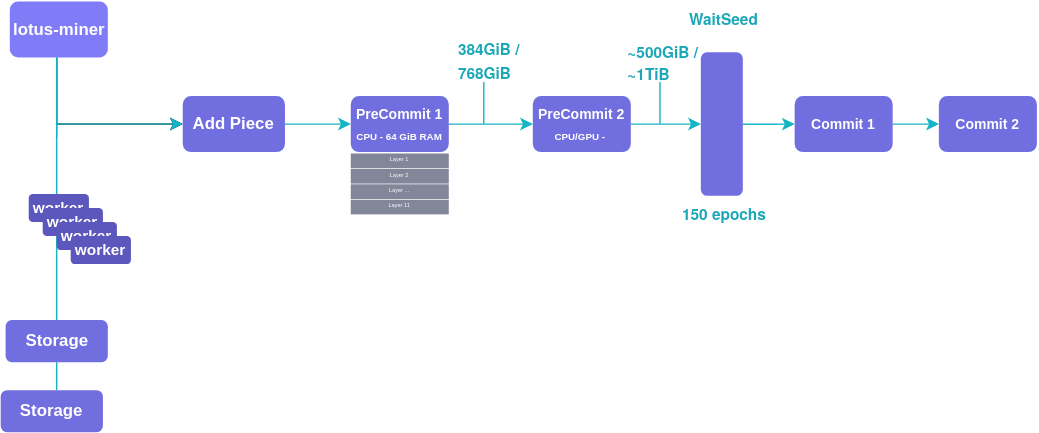
Earlier version of the draw.io export High-Level-SP-Diagram.svg (rjan90/Diagram). Source tidied: cells renumbered, new cells last; positions are measured from the earlier drawing's top-left corner, leaving out a move shared by most shapes. Its diagram source:
```xml
<mxGraphModel>
  <root>
    <mxCell id="0" />
    <mxCell id="1" parent="0" />
    <mxCell id="2" style="edgeStyle=orthogonalEdgeStyle;rounded=0;jettySize=auto;html=1;fontSize=11;fontColor=#FFFFFF;endArrow=none;endFill=0;strokeColor=#16B4C4;" parent="1" edge="1" source="6" target="26">
      <mxGeometry relative="1" as="geometry">
        <Array as="points">
          <mxPoint x="40" y="188" />
          <mxPoint x="40" y="188" />
        </Array>
      </mxGeometry>
    </mxCell>
    <mxCell id="3" style="edgeStyle=orthogonalEdgeStyle;rounded=0;jettySize=auto;html=1;" parent="1" edge="1" source="28" target="10">
      <mxGeometry relative="1" as="geometry">
        <Array as="points">
          <mxPoint x="40" y="88" />
        </Array>
      </mxGeometry>
    </mxCell>
    <mxCell id="4" style="edgeStyle=orthogonalEdgeStyle;rounded=0;jettySize=auto;html=1;strokeColor=#16B4C4;" parent="1" edge="1" source="5" target="10">
      <mxGeometry relative="1" as="geometry">
        <Array as="points">
          <mxPoint x="40" y="88" />
        </Array>
      </mxGeometry>
    </mxCell>
    <mxCell id="5" value="&lt;b style=&quot;font-size: 11px;&quot;&gt;&lt;font style=&quot;font-size: 11px;&quot; color=&quot;#ffffff&quot;&gt;worker&lt;/font&gt;&lt;/b&gt;" style="text;html=1;strokeColor=none;fillColor=#5C57BC;align=center;verticalAlign=middle;whiteSpace=wrap;rounded=1;fontSize=11;" parent="1" vertex="1">
      <mxGeometry x="20" y="138" width="43" height="20" as="geometry" />
    </mxCell>
    <mxCell id="6" value="&lt;b style=&quot;font-size: 11px;&quot;&gt;&lt;font style=&quot;font-size: 11px;&quot; color=&quot;#ffffff&quot;&gt;worker&lt;/font&gt;&lt;/b&gt;" style="text;html=1;strokeColor=none;fillColor=#5C57BC;align=center;verticalAlign=middle;whiteSpace=wrap;rounded=1;fontSize=11;" parent="1" vertex="1">
      <mxGeometry x="30" y="148" width="43" height="20" as="geometry" />
    </mxCell>
    <mxCell id="7" value="&lt;b style=&quot;font-size: 11px;&quot;&gt;&lt;font style=&quot;font-size: 11px;&quot; color=&quot;#ffffff&quot;&gt;worker&lt;/font&gt;&lt;/b&gt;" style="text;html=1;strokeColor=none;fillColor=#5C57BC;align=center;verticalAlign=middle;whiteSpace=wrap;rounded=1;fontSize=11;" parent="1" vertex="1">
      <mxGeometry x="40" y="158" width="43" height="20" as="geometry" />
    </mxCell>
    <mxCell id="8" value="&lt;b style=&quot;font-size: 11px;&quot;&gt;&lt;font style=&quot;font-size: 11px;&quot; color=&quot;#ffffff&quot;&gt;worker&lt;/font&gt;&lt;/b&gt;" style="text;html=1;strokeColor=none;fillColor=#5C57BC;align=center;verticalAlign=middle;whiteSpace=wrap;rounded=1;fontSize=11;" parent="1" vertex="1">
      <mxGeometry x="50" y="168" width="43" height="20" as="geometry" />
    </mxCell>
    <mxCell id="9" style="edgeStyle=orthogonalEdgeStyle;rounded=0;jettySize=auto;html=1;fontSize=11;fontColor=#FFFFFF;endArrow=classic;endFill=1;strokeColor=#16B4C4;entryX=0;entryY=0.5;entryDx=0;entryDy=0;" parent="1" edge="1" source="10" target="12">
      <mxGeometry relative="1" as="geometry" />
    </mxCell>
    <mxCell id="10" value="&lt;b&gt;&lt;font color=&quot;#ffffff&quot;&gt;Add Piece&lt;/font&gt;&lt;/b&gt;" style="text;html=1;strokeColor=none;fillColor=#716EE0;align=center;verticalAlign=middle;whiteSpace=wrap;rounded=1;" parent="1" vertex="1">
      <mxGeometry x="130" y="68" width="73" height="40" as="geometry" />
    </mxCell>
    <mxCell id="11" style="edgeStyle=orthogonalEdgeStyle;rounded=0;jettySize=auto;html=1;fontSize=11;fontColor=#FFFFFF;endArrow=classic;endFill=1;strokeColor=#16B4C4;" parent="1" edge="1" source="12" target="18">
      <mxGeometry relative="1" as="geometry" />
    </mxCell>
    <mxCell id="12" value="&lt;b&gt;&lt;font style=&quot;&quot; color=&quot;#ffffff&quot;&gt;&lt;span style=&quot;font-size: 10px;&quot;&gt;PreCommit 1&lt;/span&gt;&lt;br&gt;&lt;font style=&quot;font-size: 7px;&quot;&gt;CPU - 64 GiB RAM&lt;/font&gt;&lt;br&gt;&lt;/font&gt;&lt;/b&gt;" style="text;html=1;strokeColor=none;fillColor=#716EE0;align=center;verticalAlign=middle;whiteSpace=wrap;rounded=1;" parent="1" vertex="1">
      <mxGeometry x="250" y="68" width="70" height="40" as="geometry" />
    </mxCell>
    <mxCell id="13" value="Layer 1" style="text;strokeColor=none;fillColor=#818798;align=center;verticalAlign=middle;rounded=0;labelPosition=center;verticalLabelPosition=middle;whiteSpace=wrap;fontSize=4;fontColor=#FFFFFF;" parent="1" vertex="1">
      <mxGeometry x="250" y="109" width="70" height="10.5" as="geometry" />
    </mxCell>
    <mxCell id="14" value="Layer 2" style="text;strokeColor=none;fillColor=#818798;align=center;verticalAlign=middle;rounded=0;labelPosition=center;verticalLabelPosition=middle;whiteSpace=wrap;fontSize=4;fontColor=#FFFFFF;" parent="1" vertex="1">
      <mxGeometry x="250" y="120" width="70" height="10.5" as="geometry" />
    </mxCell>
    <mxCell id="15" value="Layer ..." style="text;strokeColor=none;fillColor=#818798;align=center;verticalAlign=middle;rounded=0;labelPosition=center;verticalLabelPosition=middle;whiteSpace=wrap;fontSize=4;fontColor=#FFFFFF;" parent="1" vertex="1">
      <mxGeometry x="250" y="131" width="70" height="10.5" as="geometry" />
    </mxCell>
    <mxCell id="16" value="Layer 11" style="text;strokeColor=none;fillColor=#818798;align=center;verticalAlign=middle;rounded=0;labelPosition=center;verticalLabelPosition=middle;whiteSpace=wrap;fontSize=4;fontColor=#FFFFFF;" parent="1" vertex="1">
      <mxGeometry x="250" y="142" width="70" height="10.5" as="geometry" />
    </mxCell>
    <mxCell id="17" style="edgeStyle=orthogonalEdgeStyle;rounded=0;jettySize=auto;html=1;fontSize=11;fontColor=#FFFFFF;endArrow=classic;endFill=1;strokeColor=#16B4C4;entryX=0;entryY=0.5;entryDx=0;entryDy=0;" parent="1" edge="1" source="18" target="20">
      <mxGeometry relative="1" as="geometry" />
    </mxCell>
    <mxCell id="18" value="&lt;b&gt;&lt;font style=&quot;&quot; color=&quot;#ffffff&quot;&gt;&lt;span style=&quot;font-size: 10px;&quot;&gt;PreCommit 2&lt;/span&gt;&lt;br&gt;&lt;font style=&quot;font-size: 7px;&quot;&gt;CPU/GPU -&amp;nbsp;&lt;/font&gt;&lt;br&gt;&lt;/font&gt;&lt;/b&gt;" style="text;html=1;strokeColor=none;fillColor=#716EE0;align=center;verticalAlign=middle;whiteSpace=wrap;rounded=1;" parent="1" vertex="1">
      <mxGeometry x="380" y="68" width="70" height="40" as="geometry" />
    </mxCell>
    <mxCell id="19" style="edgeStyle=orthogonalEdgeStyle;rounded=0;jettySize=auto;html=1;fontSize=11;fontColor=#FFFFFF;endArrow=classic;endFill=1;strokeColor=#16B4C4;" parent="1" edge="1" source="20" target="22">
      <mxGeometry relative="1" as="geometry" />
    </mxCell>
    <mxCell id="20" style="text;html=1;strokeColor=none;fillColor=#716EE0;align=center;verticalAlign=middle;whiteSpace=wrap;rounded=1;" parent="1" vertex="1">
      <mxGeometry x="500" y="36.8" width="30" height="102.5" as="geometry" />
    </mxCell>
    <mxCell id="21" style="edgeStyle=orthogonalEdgeStyle;rounded=0;jettySize=auto;html=1;fontSize=11;fontColor=#FFFFFF;endArrow=classic;endFill=1;strokeColor=#16B4C4;" parent="1" edge="1" source="22" target="23">
      <mxGeometry relative="1" as="geometry" />
    </mxCell>
    <mxCell id="22" value="&lt;b&gt;&lt;font style=&quot;font-size: 10px;&quot; color=&quot;#ffffff&quot;&gt;Commit 1&lt;/font&gt;&lt;/b&gt;" style="text;html=1;strokeColor=none;fillColor=#716EE0;align=center;verticalAlign=middle;whiteSpace=wrap;rounded=1;" parent="1" vertex="1">
      <mxGeometry x="567" y="68" width="70" height="40" as="geometry" />
    </mxCell>
    <mxCell id="23" value="&lt;b&gt;&lt;font style=&quot;font-size: 10px;&quot; color=&quot;#ffffff&quot;&gt;Commit 2&lt;/font&gt;&lt;/b&gt;" style="text;html=1;strokeColor=none;fillColor=#716EE0;align=center;verticalAlign=middle;whiteSpace=wrap;rounded=1;" parent="1" vertex="1">
      <mxGeometry x="670" y="68" width="70" height="40" as="geometry" />
    </mxCell>
    <mxCell id="24" style="edgeStyle=orthogonalEdgeStyle;rounded=0;jettySize=auto;html=1;fontSize=11;fontColor=#FFFFFF;endArrow=none;endFill=0;strokeColor=#16B4C4;" parent="1" edge="1" source="26" target="27">
      <mxGeometry relative="1" as="geometry">
        <Array as="points">
          <mxPoint x="40" y="268" />
          <mxPoint x="40" y="268" />
        </Array>
      </mxGeometry>
    </mxCell>
    <mxCell id="25" style="edgeStyle=orthogonalEdgeStyle;rounded=0;jettySize=auto;html=1;fontSize=11;fontColor=#FFFFFF;endArrow=none;endFill=0;startArrow=none;strokeColor=#16B4C4;" parent="1" edge="1" source="28">
      <mxGeometry relative="1" as="geometry">
        <mxPoint x="40" y="98" as="targetPoint" />
        <Array as="points">
          <mxPoint x="40" y="38" />
          <mxPoint x="40" y="38" />
        </Array>
      </mxGeometry>
    </mxCell>
    <mxCell id="26" value="&lt;b&gt;&lt;font color=&quot;#ffffff&quot;&gt;Storage&lt;br&gt;&lt;/font&gt;&lt;/b&gt;" style="text;html=1;strokeColor=none;fillColor=#716EE0;align=center;verticalAlign=middle;whiteSpace=wrap;rounded=1;" parent="1" vertex="1">
      <mxGeometry x="3.5" y="228" width="73" height="30" as="geometry" />
    </mxCell>
    <mxCell id="27" value="&lt;b&gt;&lt;font color=&quot;#ffffff&quot;&gt;Storage&lt;br&gt;&lt;/font&gt;&lt;/b&gt;" style="text;html=1;strokeColor=none;fillColor=#716EE0;align=center;verticalAlign=middle;whiteSpace=wrap;rounded=1;" parent="1" vertex="1">
      <mxGeometry y="278" width="73" height="30" as="geometry" />
    </mxCell>
    <mxCell id="28" value="&lt;b&gt;&lt;font color=&quot;#ffffff&quot;&gt;lotus-miner&lt;/font&gt;&lt;/b&gt;" style="text;html=1;strokeColor=none;fillColor=#807CF7;align=center;verticalAlign=middle;whiteSpace=wrap;rounded=1;" parent="1" vertex="1">
      <mxGeometry x="6.5" y="0.5" width="70" height="40" as="geometry" />
    </mxCell>
    <mxCell id="29" style="edgeStyle=none;rounded=0;jettySize=auto;html=1;fontSize=11;fontColor=#818798;endArrow=none;endFill=0;strokeColor=#16B4C4;" parent="1" edge="1" source="30">
      <mxGeometry relative="1" as="geometry">
        <mxPoint x="345" y="88" as="targetPoint" />
      </mxGeometry>
    </mxCell>
    <mxCell id="30" value="&lt;b style=&quot;color: rgb(27, 167, 183); font-family: &amp;quot;Helvetica Neue&amp;quot;; background-color: initial;&quot;&gt;384GiB /&lt;/b&gt;&lt;br&gt;&lt;p style=&quot;margin: 0px; font-variant-numeric: normal; font-variant-east-asian: normal; font-stretch: normal; line-height: normal; font-family: &amp;quot;Helvetica Neue&amp;quot;; color: rgb(27, 167, 183);&quot; class=&quot;p1&quot;&gt;&lt;b style=&quot;&quot;&gt;&lt;font style=&quot;font-size: 11px;&quot;&gt;768GiB&lt;/font&gt;&lt;/b&gt;&lt;/p&gt;" style="text;html=1;strokeColor=none;fillColor=none;align=left;verticalAlign=middle;whiteSpace=wrap;rounded=0;glass=0;fontSize=11;fontColor=#FFFFFF;spacingLeft=10;" parent="1" vertex="1">
      <mxGeometry x="315" y="28" width="60" height="30" as="geometry" />
    </mxCell>
    <mxCell id="31" value="&lt;p style=&quot;margin: 0px; font-variant-numeric: normal; font-variant-east-asian: normal; font-stretch: normal; line-height: normal; font-family: &amp;quot;Helvetica Neue&amp;quot;; color: rgb(27, 167, 183);&quot; class=&quot;p1&quot;&gt;&lt;b&gt;~500GiB /&lt;/b&gt;&lt;/p&gt;&lt;p style=&quot;margin: 0px; font-variant-numeric: normal; font-variant-east-asian: normal; font-stretch: normal; line-height: normal; font-family: &amp;quot;Helvetica Neue&amp;quot;; color: rgb(27, 167, 183);&quot; class=&quot;p1&quot;&gt;&lt;b&gt;~1TiB&lt;/b&gt;&lt;/p&gt;" style="text;html=1;strokeColor=none;fillColor=none;align=left;verticalAlign=middle;whiteSpace=wrap;rounded=0;glass=0;fontSize=11;fontColor=#FFFFFF;spacingLeft=10;" parent="1" vertex="1">
      <mxGeometry x="436" y="31" width="70" height="23.8" as="geometry" />
    </mxCell>
    <mxCell id="32" style="edgeStyle=none;rounded=0;orthogonalLoop=1;jettySize=auto;html=1;fontSize=11;fontColor=#818798;endArrow=none;endFill=0;strokeColor=#16B4C4;" parent="1" edge="1">
      <mxGeometry relative="1" as="geometry">
        <mxPoint x="470.8" y="58" as="sourcePoint" />
        <mxPoint x="470.8" y="88" as="targetPoint" />
      </mxGeometry>
    </mxCell>
    <mxCell id="33" value="&lt;p style=&quot;margin: 0px; font-variant-numeric: normal; font-variant-east-asian: normal; font-stretch: normal; line-height: normal; font-family: &amp;quot;Helvetica Neue&amp;quot;; color: rgb(27, 167, 183);&quot; class=&quot;p1&quot;&gt;&lt;b&gt;WaitSeed&lt;/b&gt;&lt;/p&gt;" style="text;html=1;strokeColor=none;fillColor=none;align=left;verticalAlign=middle;whiteSpace=wrap;rounded=0;glass=0;fontSize=11;fontColor=#FFFFFF;spacingLeft=10;" parent="1" vertex="1">
      <mxGeometry x="480" y="0.5" width="70" height="23.8" as="geometry" />
    </mxCell>
    <mxCell id="34" value="&lt;p style=&quot;margin: 0px; font-variant-numeric: normal; font-variant-east-asian: normal; font-stretch: normal; line-height: normal; font-family: &amp;quot;Helvetica Neue&amp;quot;; color: rgb(27, 167, 183);&quot; class=&quot;p1&quot;&gt;&lt;b&gt;150 epochs&lt;/b&gt;&lt;/p&gt;" style="text;html=1;strokeColor=none;fillColor=none;align=left;verticalAlign=middle;whiteSpace=wrap;rounded=0;glass=0;fontSize=11;fontColor=#FFFFFF;spacingLeft=10;" parent="1" vertex="1">
      <mxGeometry x="475" y="139.2" width="80" height="23.8" as="geometry" />
    </mxCell>
  </root>
</mxGraphModel>
```
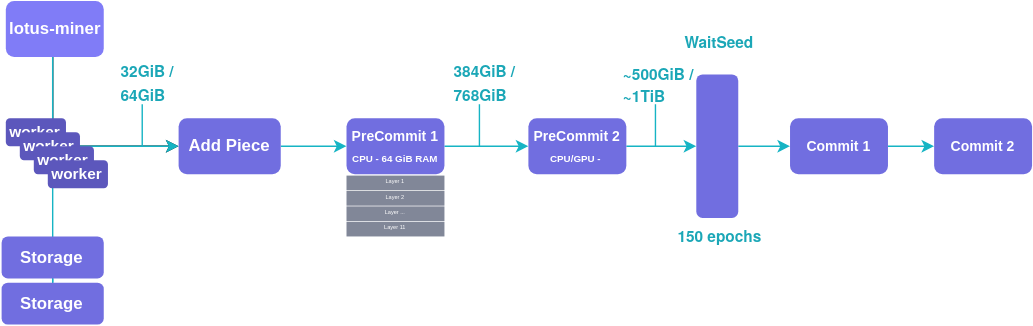
Later version of the same file.

Commit message:
Shuffling some stuff around

What changed in the source:
```diff
@@ -20,22 +20,11 @@
     <mxCell id="4" style="edgeStyle=orthogonalEdgeStyle;rounded=0;jettySize=auto;html=1;strokeColor=#16B4C4;" parent="1" edge="1" source="5" target="10">
       <mxGeometry relative="1" as="geometry">
         <Array as="points">
-          <mxPoint x="40" y="88" />
+          <mxPoint x="100" y="88" />
+          <mxPoint x="100" y="88" />
         </Array>
       </mxGeometry>
     </mxCell>
-    <mxCell id="5" value="&lt;b style=&quot;font-size: 11px;&quot;&gt;&lt;font style=&quot;font-size: 11px;&quot; color=&quot;#ffffff&quot;&gt;worker&lt;/font&gt;&lt;/b&gt;" style="text;html=1;strokeColor=none;fillColor=#5C57BC;align=center;verticalAlign=middle;whiteSpace=wrap;rounded=1;fontSize=11;" parent="1" vertex="1">
-      <mxGeometry x="20" y="138" width="43" height="20" as="geometry" />
-    </mxCell>
-    <mxCell id="6" value="&lt;b style=&quot;font-size: 11px;&quot;&gt;&lt;font style=&quot;font-size: 11px;&quot; color=&quot;#ffffff&quot;&gt;worker&lt;/font&gt;&lt;/b&gt;" style="text;html=1;strokeColor=none;fillColor=#5C57BC;align=center;verticalAlign=middle;whiteSpace=wrap;rounded=1;fontSize=11;" parent="1" vertex="1">
-      <mxGeometry x="30" y="148" width="43" height="20" as="geometry" />
-    </mxCell>
-    <mxCell id="7" value="&lt;b style=&quot;font-size: 11px;&quot;&gt;&lt;font style=&quot;font-size: 11px;&quot; color=&quot;#ffffff&quot;&gt;worker&lt;/font&gt;&lt;/b&gt;" style="text;html=1;strokeColor=none;fillColor=#5C57BC;align=center;verticalAlign=middle;whiteSpace=wrap;rounded=1;fontSize=11;" parent="1" vertex="1">
-      <mxGeometry x="40" y="158" width="43" height="20" as="geometry" />
-    </mxCell>
-    <mxCell id="8" value="&lt;b style=&quot;font-size: 11px;&quot;&gt;&lt;font style=&quot;font-size: 11px;&quot; color=&quot;#ffffff&quot;&gt;worker&lt;/font&gt;&lt;/b&gt;" style="text;html=1;strokeColor=none;fillColor=#5C57BC;align=center;verticalAlign=middle;whiteSpace=wrap;rounded=1;fontSize=11;" parent="1" vertex="1">
-      <mxGeometry x="50" y="168" width="43" height="20" as="geometry" />
-    </mxCell>
     <mxCell id="9" style="edgeStyle=orthogonalEdgeStyle;rounded=0;jettySize=auto;html=1;fontSize=11;fontColor=#FFFFFF;endArrow=classic;endFill=1;strokeColor=#16B4C4;entryX=0;entryY=0.5;entryDx=0;entryDy=0;" parent="1" edge="1" source="10" target="12">
       <mxGeometry relative="1" as="geometry" />
     </mxCell>
@@ -84,8 +73,8 @@
     <mxCell id="24" style="edgeStyle=orthogonalEdgeStyle;rounded=0;jettySize=auto;html=1;fontSize=11;fontColor=#FFFFFF;endArrow=none;endFill=0;strokeColor=#16B4C4;" parent="1" edge="1" source="26" target="27">
       <mxGeometry relative="1" as="geometry">
         <Array as="points">
-          <mxPoint x="40" y="268" />
-          <mxPoint x="40" y="268" />
+          <mxPoint x="40" y="192.5" />
+          <mxPoint x="40" y="192.5" />
         </Array>
       </mxGeometry>
     </mxCell>
@@ -99,13 +88,13 @@
       </mxGeometry>
     </mxCell>
     <mxCell id="26" value="&lt;b&gt;&lt;font color=&quot;#ffffff&quot;&gt;Storage&lt;br&gt;&lt;/font&gt;&lt;/b&gt;" style="text;html=1;strokeColor=none;fillColor=#716EE0;align=center;verticalAlign=middle;whiteSpace=wrap;rounded=1;" parent="1" vertex="1">
-      <mxGeometry x="3.5" y="228" width="73" height="30" as="geometry" />
+      <mxGeometry x="3.5" y="152.5" width="73" height="30" as="geometry" />
     </mxCell>
     <mxCell id="27" value="&lt;b&gt;&lt;font color=&quot;#ffffff&quot;&gt;Storage&lt;br&gt;&lt;/font&gt;&lt;/b&gt;" style="text;html=1;strokeColor=none;fillColor=#716EE0;align=center;verticalAlign=middle;whiteSpace=wrap;rounded=1;" parent="1" vertex="1">
-      <mxGeometry y="278" width="73" height="30" as="geometry" />
+      <mxGeometry x="3.5" y="185.5" width="73" height="30" as="geometry" />
     </mxCell>
     <mxCell id="28" value="&lt;b&gt;&lt;font color=&quot;#ffffff&quot;&gt;lotus-miner&lt;/font&gt;&lt;/b&gt;" style="text;html=1;strokeColor=none;fillColor=#807CF7;align=center;verticalAlign=middle;whiteSpace=wrap;rounded=1;" parent="1" vertex="1">
-      <mxGeometry x="6.5" y="0.5" width="70" height="40" as="geometry" />
+      <mxGeometry x="6.5" y="-15.8" width="70" height="40" as="geometry" />
     </mxCell>
     <mxCell id="29" style="edgeStyle=none;rounded=0;jettySize=auto;html=1;fontSize=11;fontColor=#818798;endArrow=none;endFill=0;strokeColor=#16B4C4;" parent="1" edge="1" source="30">
       <mxGeometry relative="1" as="geometry">
@@ -130,5 +119,26 @@
     <mxCell id="34" value="&lt;p style=&quot;margin: 0px; font-variant-numeric: normal; font-variant-east-asian: normal; font-stretch: normal; line-height: normal; font-family: &amp;quot;Helvetica Neue&amp;quot;; color: rgb(27, 167, 183);&quot; class=&quot;p1&quot;&gt;&lt;b&gt;150 epochs&lt;/b&gt;&lt;/p&gt;" style="text;html=1;strokeColor=none;fillColor=none;align=left;verticalAlign=middle;whiteSpace=wrap;rounded=0;glass=0;fontSize=11;fontColor=#FFFFFF;spacingLeft=10;" parent="1" vertex="1">
       <mxGeometry x="475" y="139.2" width="80" height="23.8" as="geometry" />
     </mxCell>
+    <mxCell id="35" value="&lt;b style=&quot;color: rgb(27, 167, 183); font-family: &amp;quot;Helvetica Neue&amp;quot;; background-color: initial;&quot;&gt;32GiB /&lt;/b&gt;&lt;br&gt;&lt;p style=&quot;margin: 0px; font-variant-numeric: normal; font-variant-east-asian: normal; font-stretch: normal; line-height: normal; font-family: &amp;quot;Helvetica Neue&amp;quot;; color: rgb(27, 167, 183);&quot; class=&quot;p1&quot;&gt;&lt;b style=&quot;&quot;&gt;&lt;font style=&quot;font-size: 11px;&quot;&gt;64GiB&lt;/font&gt;&lt;/b&gt;&lt;/p&gt;" style="text;html=1;strokeColor=none;fillColor=none;align=left;verticalAlign=middle;whiteSpace=wrap;rounded=0;glass=0;fontSize=11;fontColor=#FFFFFF;spacingLeft=10;" parent="1" vertex="1">
+      <mxGeometry x="76.5" y="28" width="53.5" height="30" as="geometry" />
+    </mxCell>
+    <mxCell id="36" style="edgeStyle=none;rounded=0;orthogonalLoop=1;jettySize=auto;html=1;fontSize=11;fontColor=#818798;endArrow=none;endFill=0;strokeColor=#16B4C4;" parent="1" edge="1">
+      <mxGeometry relative="1" as="geometry">
+        <mxPoint x="104" y="58" as="sourcePoint" />
+        <mxPoint x="104" y="88" as="targetPoint" />
+      </mxGeometry>
+    </mxCell>
+    <mxCell id="5" value="&lt;b style=&quot;font-size: 11px;&quot;&gt;&lt;font style=&quot;font-size: 11px;&quot; color=&quot;#ffffff&quot;&gt;worker&lt;/font&gt;&lt;/b&gt;" style="text;html=1;strokeColor=none;fillColor=#5C57BC;align=center;verticalAlign=middle;whiteSpace=wrap;rounded=1;fontSize=11;" parent="1" vertex="1">
+      <mxGeometry x="6.5" y="68" width="43" height="20" as="geometry" />
+    </mxCell>
+    <mxCell id="6" value="&lt;b style=&quot;font-size: 11px;&quot;&gt;&lt;font style=&quot;font-size: 11px;&quot; color=&quot;#ffffff&quot;&gt;worker&lt;/font&gt;&lt;/b&gt;" style="text;html=1;strokeColor=none;fillColor=#5C57BC;align=center;verticalAlign=middle;whiteSpace=wrap;rounded=1;fontSize=11;" parent="1" vertex="1">
+      <mxGeometry x="16.5" y="78" width="43" height="20" as="geometry" />
+    </mxCell>
+    <mxCell id="7" value="&lt;b style=&quot;font-size: 11px;&quot;&gt;&lt;font style=&quot;font-size: 11px;&quot; color=&quot;#ffffff&quot;&gt;worker&lt;/font&gt;&lt;/b&gt;" style="text;html=1;strokeColor=none;fillColor=#5C57BC;align=center;verticalAlign=middle;whiteSpace=wrap;rounded=1;fontSize=11;" parent="1" vertex="1">
+      <mxGeometry x="26.5" y="88" width="43" height="20" as="geometry" />
+    </mxCell>
+    <mxCell id="8" value="&lt;b style=&quot;font-size: 11px;&quot;&gt;&lt;font style=&quot;font-size: 11px;&quot; color=&quot;#ffffff&quot;&gt;worker&lt;/font&gt;&lt;/b&gt;" style="text;html=1;strokeColor=none;fillColor=#5C57BC;align=center;verticalAlign=middle;whiteSpace=wrap;rounded=1;fontSize=11;" parent="1" vertex="1">
+      <mxGeometry x="36.5" y="98" width="43" height="20" as="geometry" />
+    </mxCell>
   </root>
 </mxGraphModel>
```
